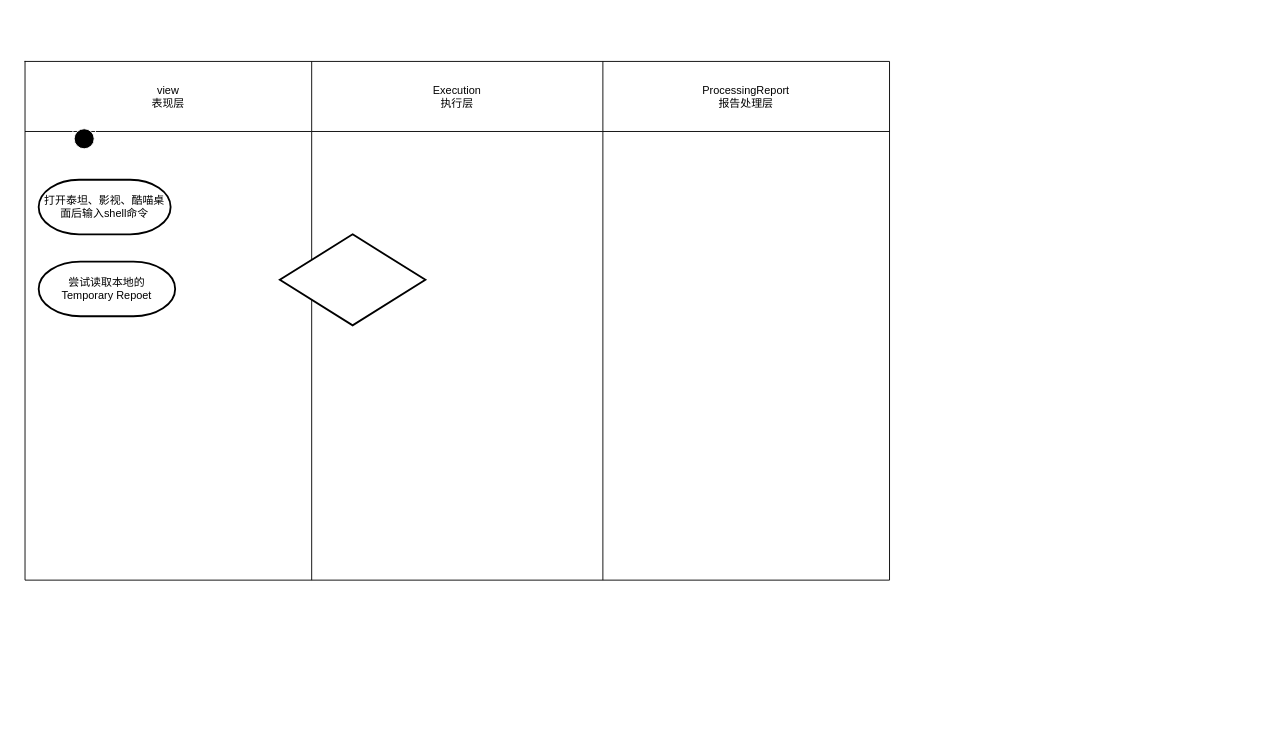
This is 22.drawio from linjianle/Java, a draw.io file, before an edit. Source tidied: cells renumbered, new cells numbered last; positions are measured from the earlier drawing's top-left corner, leaving out a move shared by most shapes. Both pictures are drawn from the tidied source at 91%, with x=0, y=0 at pixel (25, 61).
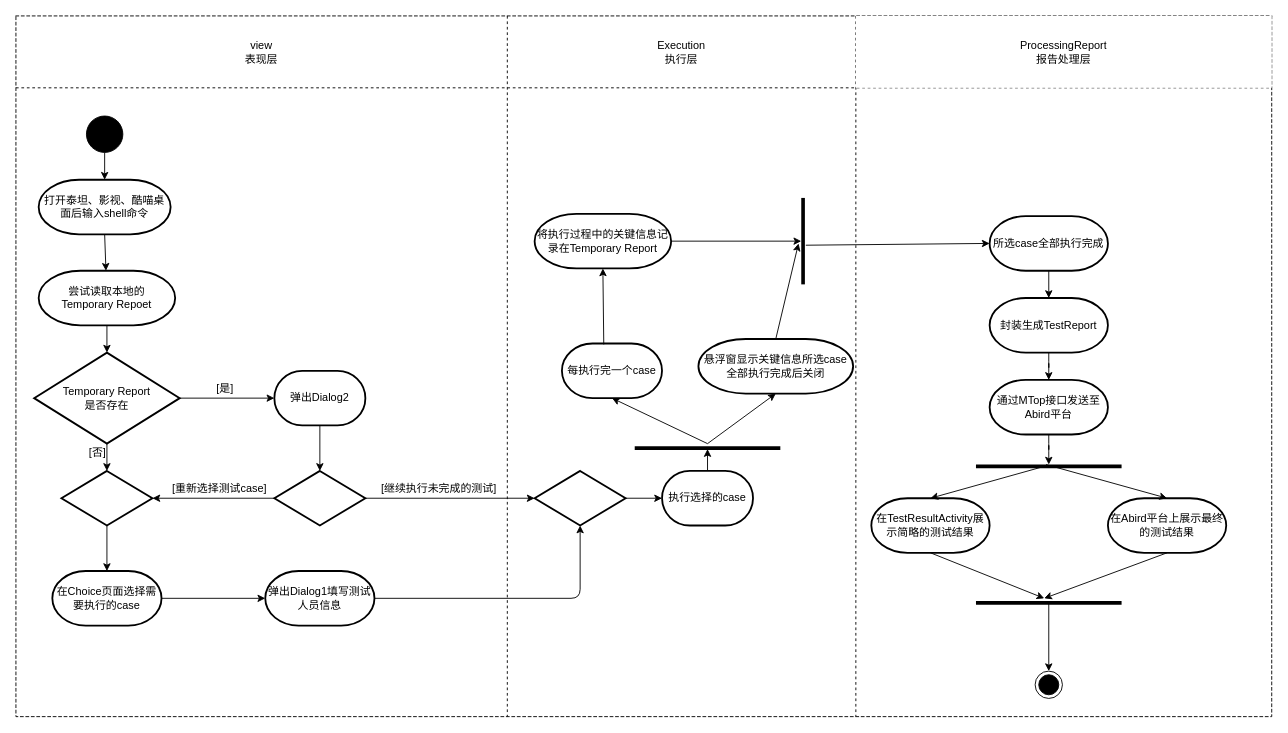
Above is the later version.

The change refers to these unchanged cells:
```xml
<mxCell id="12" value="打开泰坦、影视、酷喵桌面后输入shell命令" style="strokeWidth=2;html=1;shape=mxgraph.flowchart.terminator;whiteSpace=wrap;rounded=0;sketch=0;" parent="1" vertex="1">
  <mxGeometry x="15" y="130" width="145" height="60" as="geometry" />
</mxCell>
```

The edit, as a diff of the source:
```diff
@@
-    <mxCell id="2" style="shape=table;startSize=0;childLayout=tableLayout;rounded=0;sketch=0;" parent="1" vertex="1">
-      <mxGeometry width="950" height="570" as="geometry" />
+    <mxCell id="2" style="shape=table;startSize=0;childLayout=tableLayout;rounded=0;sketch=0;dashed=1;" parent="1" vertex="1">
+      <mxGeometry x="-10" y="-50" width="1380" height="770" as="geometry" />
     </mxCell>
     <mxCell id="3" style="shape=tableRow;horizontal=0;startSize=0;swimlaneHead=0;swimlaneBody=0;top=0;left=0;bottom=0;right=0;fillColor=none;rounded=0;sketch=0;" parent="2" vertex="1">
-      <mxGeometry width="950" height="77" as="geometry" />
+      <mxGeometry width="1380" height="79" as="geometry" />
     </mxCell>
     <mxCell id="4" value="view&lt;br&gt;表现层&lt;br&gt;" style="shape=partialRectangle;html=1;whiteSpace=wrap;overflow=hidden;fillColor=none;top=0;left=0;bottom=0;right=0;rounded=0;sketch=0;" parent="3" vertex="1">
-      <mxGeometry width="315" height="77" as="geometry" />
+      <mxGeometry width="540" height="79" as="geometry" />
     </mxCell>
     <mxCell id="5" value="Execution&lt;br&gt;执行层&lt;br&gt;" style="shape=partialRectangle;html=1;whiteSpace=wrap;overflow=hidden;fillColor=none;top=0;left=0;bottom=0;right=0;rounded=0;sketch=0;" parent="3" vertex="1">
-      <mxGeometry x="315" width="320" height="77" as="geometry" />
+      <mxGeometry x="540" width="383" height="79" as="geometry" />
     </mxCell>
-    <mxCell id="6" value="ProcessingReport&lt;br&gt;报告处理层&lt;br&gt;" style="shape=partialRectangle;html=1;whiteSpace=wrap;overflow=hidden;fillColor=none;top=0;left=0;bottom=0;right=0;rounded=0;sketch=0;" parent="3" vertex="1">
-      <mxGeometry x="635" width="315" height="77" as="geometry" />
+    <mxCell id="6" value="ProcessingReport&lt;br&gt;报告处理层&lt;br&gt;" style="shape=partialRectangle;html=1;whiteSpace=wrap;overflow=hidden;top=0;left=0;bottom=0;right=0;rounded=0;sketch=0;" parent="3" vertex="1">
+      <mxGeometry x="923" width="457" height="79" as="geometry" />
     </mxCell>
     <mxCell id="7" style="shape=tableRow;horizontal=0;startSize=0;swimlaneHead=0;swimlaneBody=0;top=0;left=0;bottom=0;right=0;fillColor=none;rounded=0;sketch=0;" parent="2" vertex="1">
-      <mxGeometry y="77" width="950" height="493" as="geometry" />
+      <mxGeometry y="79" width="1380" height="691" as="geometry" />
     </mxCell>
-    <mxCell id="8" style="shape=partialRectangle;html=1;whiteSpace=wrap;overflow=hidden;fillColor=none;top=0;left=0;bottom=0;right=0;rounded=0;sketch=0;" parent="7" vertex="1">
-      <mxGeometry width="315" height="493" as="geometry" />
+    <mxCell id="8" style="shape=partialRectangle;html=1;whiteSpace=wrap;overflow=hidden;fillColor=none;top=0;left=0;bottom=0;right=0;rounded=0;sketch=0;dashed=1;" parent="7" vertex="1">
+      <mxGeometry width="540" height="691" as="geometry" />
     </mxCell>
-    <mxCell id="9" style="shape=partialRectangle;html=1;whiteSpace=wrap;overflow=hidden;fillColor=none;top=0;left=0;bottom=0;right=0;rounded=0;sketch=0;" parent="7" vertex="1">
-      <mxGeometry x="315" width="320" height="493" as="geometry" />
+    <mxCell id="9" style="shape=partialRectangle;html=1;whiteSpace=wrap;overflow=hidden;fillColor=none;top=0;left=0;bottom=0;right=0;rounded=0;sketch=0;dashed=1;" parent="7" vertex="1">
+      <mxGeometry x="540" width="383" height="691" as="geometry" />
     </mxCell>
-    <mxCell id="10" style="shape=partialRectangle;html=1;whiteSpace=wrap;overflow=hidden;fillColor=none;top=0;left=0;bottom=0;right=0;rounded=0;sketch=0;" parent="7" vertex="1">
-      <mxGeometry x="635" width="315" height="493" as="geometry" />
+    <mxCell id="10" style="shape=partialRectangle;html=1;whiteSpace=wrap;overflow=hidden;fillColor=none;top=0;left=0;bottom=0;right=0;rounded=0;sketch=0;dashed=1;" parent="7" vertex="1">
+      <mxGeometry x="923" width="457" height="691" as="geometry" />
     </mxCell>
-    <mxCell id="11" style="ellipse;html=1;shape=endState;fillColor=#000000;strokeColor=#FFFFFF;rounded=0;sketch=0;" parent="1" vertex="1">
-      <mxGeometry x="50" y="70" width="30" height="30" as="geometry" />
-    </mxCell>
@@
     <mxCell id="13" value="尝试读取本地的&lt;br&gt;Temporary Repoet&lt;br&gt;" style="strokeWidth=2;html=1;shape=mxgraph.flowchart.terminator;whiteSpace=wrap;rounded=0;sketch=0;" parent="1" vertex="1">
-      <mxGeometry x="15" y="220" width="150" height="60" as="geometry" />
+      <mxGeometry x="15" y="230" width="150" height="60" as="geometry" />
     </mxCell>
-    <mxCell id="14" style="strokeWidth=2;html=1;shape=mxgraph.flowchart.decision;whiteSpace=wrap;rounded=0;sketch=0;" parent="1" vertex="1">
-      <mxGeometry x="280" y="190" width="160" height="100" as="geometry" />
+    <mxCell id="14" value="Temporary Report&lt;br&gt;是否存在&lt;br&gt;" style="strokeWidth=2;html=1;shape=mxgraph.flowchart.decision;whiteSpace=wrap;rounded=0;sketch=0;" parent="1" vertex="1">
+      <mxGeometry x="10" y="320" width="160" height="100" as="geometry" />
     </mxCell>
+    <mxCell id="15" value="弹出Dialog2" style="strokeWidth=2;html=1;shape=mxgraph.flowchart.terminator;whiteSpace=wrap;rounded=0;sketch=0;" parent="1" vertex="1">
+      <mxGeometry x="274" y="340" width="100" height="60" as="geometry" />
+    </mxCell>
+    <mxCell id="16" style="strokeWidth=2;html=1;shape=mxgraph.flowchart.decision;whiteSpace=wrap;rounded=0;sketch=0;" parent="1" vertex="1">
+      <mxGeometry x="40" y="450" width="100" height="60" as="geometry" />
+    </mxCell>
+    <mxCell id="17" style="strokeWidth=2;html=1;shape=mxgraph.flowchart.decision;whiteSpace=wrap;rounded=0;sketch=0;" parent="1" vertex="1">
+      <mxGeometry x="274" y="450" width="100" height="60" as="geometry" />
+    </mxCell>
+    <mxCell id="18" style="endArrow=classic;html=1;rounded=1;sketch=0;curved=0;exitX=0.5;exitY=1;exitDx=0;exitDy=0;" parent="1" edge="1" source="66" target="12">
+      <mxGeometry relative="1" as="geometry" />
+    </mxCell>
+    <mxCell id="19" style="endArrow=classic;html=1;rounded=1;sketch=0;curved=0;exitX=0.5;exitY=1;exitDx=0;exitDy=0;exitPerimeter=0;" parent="1" edge="1" source="12" target="13">
+      <mxGeometry relative="1" as="geometry" />
+    </mxCell>
+    <mxCell id="20" style="endArrow=classic;html=1;rounded=1;sketch=0;curved=0;exitX=0.5;exitY=1;exitDx=0;exitDy=0;exitPerimeter=0;entryX=0.5;entryY=0;entryDx=0;entryDy=0;entryPerimeter=0;" parent="1" edge="1" source="13" target="14">
+      <mxGeometry relative="1" as="geometry" />
+    </mxCell>
+    <mxCell id="21" style="endArrow=classic;html=1;rounded=1;sketch=0;curved=0;exitX=1;exitY=0.5;exitDx=0;exitDy=0;exitPerimeter=0;entryX=0;entryY=0.5;entryDx=0;entryDy=0;entryPerimeter=0;" parent="1" edge="1" source="14" target="15">
+      <mxGeometry relative="1" as="geometry" />
+    </mxCell>
+    <mxCell id="22" value="[是]" style="rounded=0;whiteSpace=wrap;html=1;sketch=0;strokeColor=none;fillColor=none;" parent="1" vertex="1">
+      <mxGeometry x="160" y="330" width="120" height="60" as="geometry" />
+    </mxCell>
+    <mxCell id="23" style="endArrow=classic;html=1;rounded=1;sketch=0;fontColor=none;curved=0;exitX=0.5;exitY=1;exitDx=0;exitDy=0;exitPerimeter=0;" parent="1" edge="1" source="14" target="16">
+      <mxGeometry relative="1" as="geometry" />
+    </mxCell>
+    <mxCell id="24" value="[否]" style="rounded=0;whiteSpace=wrap;html=1;sketch=0;strokeColor=none;fillColor=none;" parent="1" vertex="1">
+      <mxGeometry x="20" y="400" width="120" height="60" as="geometry" />
+    </mxCell>
+    <mxCell id="25" style="endArrow=classic;html=1;rounded=1;sketch=0;fontColor=none;curved=0;exitX=0.5;exitY=1;exitDx=0;exitDy=0;exitPerimeter=0;entryX=0.5;entryY=0;entryDx=0;entryDy=0;entryPerimeter=0;" parent="1" edge="1" source="15" target="17">
+      <mxGeometry relative="1" as="geometry" />
+    </mxCell>
+    <mxCell id="26" style="endArrow=classic;html=1;rounded=1;sketch=0;fontColor=none;curved=0;exitX=0;exitY=0.5;exitDx=0;exitDy=0;exitPerimeter=0;" parent="1" edge="1" source="17" target="16">
+      <mxGeometry relative="1" as="geometry" />
+    </mxCell>
+    <mxCell id="27" value="[重新选择测试case]" style="rounded=0;whiteSpace=wrap;html=1;sketch=0;strokeColor=none;fillColor=none;" parent="1" vertex="1">
+      <mxGeometry x="154" y="440" width="120" height="60" as="geometry" />
+    </mxCell>
+    <mxCell id="28" value="在Choice页面选择需要执行的case&lt;br&gt;" style="strokeWidth=2;html=1;shape=mxgraph.flowchart.terminator;whiteSpace=wrap;rounded=0;sketch=0;" parent="1" vertex="1">
+      <mxGeometry x="30" y="560" width="120" height="60" as="geometry" />
+    </mxCell>
+    <mxCell id="29" style="endArrow=classic;html=1;rounded=1;sketch=0;fontColor=none;curved=0;exitX=0.5;exitY=1;exitDx=0;exitDy=0;exitPerimeter=0;entryX=0.5;entryY=0;entryDx=0;entryDy=0;entryPerimeter=0;" parent="1" edge="1" source="16" target="28">
+      <mxGeometry relative="1" as="geometry" />
+    </mxCell>
+    <mxCell id="30" value="弹出Dialog1填写测试人员信息&lt;br&gt;" style="strokeWidth=2;html=1;shape=mxgraph.flowchart.terminator;whiteSpace=wrap;rounded=0;sketch=0;" parent="1" vertex="1">
+      <mxGeometry x="264" y="560" width="120" height="60" as="geometry" />
+    </mxCell>
+    <mxCell id="31" style="endArrow=classic;html=1;rounded=1;sketch=0;fontColor=none;curved=0;exitX=1;exitY=0.5;exitDx=0;exitDy=0;exitPerimeter=0;" parent="1" edge="1" source="28" target="30">
+      <mxGeometry relative="1" as="geometry" />
+    </mxCell>
+    <mxCell id="32" style="strokeWidth=2;html=1;shape=mxgraph.flowchart.decision;whiteSpace=wrap;rounded=0;sketch=0;" parent="1" vertex="1">
+      <mxGeometry x="560" y="450" width="100" height="60" as="geometry" />
+    </mxCell>
+    <mxCell id="33" style="endArrow=classic;html=1;rounded=1;sketch=0;fontColor=none;curved=0;exitX=1;exitY=0.5;exitDx=0;exitDy=0;exitPerimeter=0;entryX=0;entryY=0.5;entryDx=0;entryDy=0;entryPerimeter=0;" parent="1" edge="1" source="17" target="32">
+      <mxGeometry relative="1" as="geometry" />
+    </mxCell>
+    <mxCell id="34" value="[继续执行未完成的测试]" style="rounded=0;whiteSpace=wrap;html=1;sketch=0;strokeColor=none;fillColor=none;" parent="1" vertex="1">
+      <mxGeometry x="390" y="440" width="130" height="60" as="geometry" />
+    </mxCell>
+    <mxCell id="35" style="endArrow=classic;html=1;rounded=1;sketch=0;fontColor=none;curved=0;exitX=1;exitY=0.5;exitDx=0;exitDy=0;exitPerimeter=0;entryX=0.5;entryY=1;entryDx=0;entryDy=0;entryPerimeter=0;" parent="1" edge="1" source="30" target="32">
+      <mxGeometry relative="1" as="geometry">
+        <Array as="points">
+          <mxPoint x="610" y="590" />
+        </Array>
+      </mxGeometry>
+    </mxCell>
+    <mxCell id="36" style="endArrow=classic;html=1;rounded=1;sketch=0;fontColor=none;curved=0;exitX=1;exitY=0.5;exitDx=0;exitDy=0;exitPerimeter=0;entryX=0;entryY=0.5;entryDx=0;entryDy=0;entryPerimeter=0;" parent="1" edge="1" source="32" target="37">
+      <mxGeometry relative="1" as="geometry" />
+    </mxCell>
+    <mxCell id="37" value="执行选择的case" style="strokeWidth=2;html=1;shape=mxgraph.flowchart.terminator;whiteSpace=wrap;rounded=0;sketch=0;" parent="1" vertex="1">
+      <mxGeometry x="700" y="450" width="100" height="60" as="geometry" />
+    </mxCell>
+    <mxCell id="38" style="line;strokeWidth=4;html=1;perimeter=backbonePerimeter;points=[];outlineConnect=0;rounded=0;sketch=0;fontColor=none;fillColor=none;" parent="1" vertex="1">
+      <mxGeometry x="670" y="420" width="160" height="10" as="geometry" />
+    </mxCell>
+    <mxCell id="39" style="endArrow=classic;html=1;rounded=1;sketch=0;fontColor=none;strokeColor=#000000;curved=0;exitX=0.5;exitY=0;exitDx=0;exitDy=0;exitPerimeter=0;" parent="1" edge="1" source="37" target="38">
+      <mxGeometry relative="1" as="geometry" />
+    </mxCell>
+    <mxCell id="40" value="将执行过程中的关键信息记录在Temporary Report" style="strokeWidth=2;html=1;shape=mxgraph.flowchart.terminator;whiteSpace=wrap;rounded=0;sketch=0;" parent="1" vertex="1">
+      <mxGeometry x="560" y="167.5" width="150" height="60" as="geometry" />
+    </mxCell>
+    <mxCell id="41" value="悬浮窗显示关键信息所选case全部执行完成后关闭" style="strokeWidth=2;html=1;shape=mxgraph.flowchart.terminator;whiteSpace=wrap;rounded=0;sketch=0;" parent="1" vertex="1">
+      <mxGeometry x="740" y="305" width="170" height="60" as="geometry" />
+    </mxCell>
+    <mxCell id="42" value="每执行完一个case" style="strokeWidth=2;html=1;shape=mxgraph.flowchart.terminator;whiteSpace=wrap;rounded=0;sketch=0;" parent="1" vertex="1">
+      <mxGeometry x="590" y="310" width="110" height="60" as="geometry" />
+    </mxCell>
+    <mxCell id="43" style="endArrow=classic;html=1;rounded=1;sketch=0;fontColor=none;strokeColor=#000000;curved=0;entryX=0.5;entryY=1;entryDx=0;entryDy=0;entryPerimeter=0;" parent="1" edge="1" target="41">
+      <mxGeometry relative="1" as="geometry">
+        <mxPoint x="750" y="420" as="sourcePoint" />
+      </mxGeometry>
+    </mxCell>
+    <mxCell id="44" style="endArrow=classic;html=1;rounded=1;sketch=0;fontColor=none;strokeColor=#000000;curved=0;exitX=0.5;exitY=0;exitDx=0;exitDy=0;exitPerimeter=0;entryX=0.5;entryY=1;entryDx=0;entryDy=0;entryPerimeter=0;" parent="1" edge="1" source="38" target="42">
+      <mxGeometry relative="1" as="geometry" />
+    </mxCell>
+    <mxCell id="45" style="endArrow=classic;html=1;rounded=1;sketch=0;fontColor=none;strokeColor=#000000;curved=0;exitX=0.418;exitY=0.017;exitDx=0;exitDy=0;exitPerimeter=0;entryX=0.5;entryY=1;entryDx=0;entryDy=0;entryPerimeter=0;" parent="1" edge="1" source="42" target="40">
+      <mxGeometry relative="1" as="geometry" />
+    </mxCell>
+    <mxCell id="46" style="line;strokeWidth=4;html=1;perimeter=backbonePerimeter;points=[];outlineConnect=0;rounded=0;sketch=0;fontColor=none;fillColor=none;direction=south;" parent="1" vertex="1">
+      <mxGeometry x="850" y="150" width="10" height="95" as="geometry" />
+    </mxCell>
+    <mxCell id="47" style="endArrow=classic;html=1;rounded=1;sketch=0;fontColor=none;strokeColor=#000000;curved=0;exitX=1;exitY=0.5;exitDx=0;exitDy=0;exitPerimeter=0;" parent="1" edge="1" source="40" target="46">
+      <mxGeometry relative="1" as="geometry" />
+    </mxCell>
+    <mxCell id="48" style="endArrow=classic;html=1;rounded=1;sketch=0;fontColor=none;strokeColor=#000000;curved=0;exitX=0.5;exitY=0;exitDx=0;exitDy=0;exitPerimeter=0;" parent="1" edge="1" source="41">
+      <mxGeometry relative="1" as="geometry">
+        <mxPoint x="850" y="200" as="targetPoint" />
+      </mxGeometry>
+    </mxCell>
+    <mxCell id="49" value="所选case全部执行完成" style="strokeWidth=2;html=1;shape=mxgraph.flowchart.terminator;whiteSpace=wrap;rounded=0;sketch=0;" parent="1" vertex="1">
+      <mxGeometry x="1060" y="170" width="130" height="60" as="geometry" />
+    </mxCell>
+    <mxCell id="50" value="通过MTop接口发送至Abird平台" style="strokeWidth=2;html=1;shape=mxgraph.flowchart.terminator;whiteSpace=wrap;rounded=0;sketch=0;" parent="1" vertex="1">
+      <mxGeometry x="1060" y="350" width="130" height="60" as="geometry" />
+    </mxCell>
+    <mxCell id="51" style="edgeStyle=orthogonalEdgeStyle;curved=0;rounded=1;sketch=0;jettySize=auto;html=1;fontColor=none;strokeColor=#000000;" parent="1" edge="1" source="52" target="50">
+      <mxGeometry relative="1" as="geometry" />
+    </mxCell>
+    <mxCell id="52" value="封装生成TestReport" style="strokeWidth=2;html=1;shape=mxgraph.flowchart.terminator;whiteSpace=wrap;rounded=0;sketch=0;" parent="1" vertex="1">
+      <mxGeometry x="1060" y="260" width="130" height="60" as="geometry" />
+    </mxCell>
+    <mxCell id="53" style="line;strokeWidth=4;html=1;perimeter=backbonePerimeter;points=[];outlineConnect=0;rounded=0;sketch=0;fontColor=none;fillColor=none;" parent="1" vertex="1">
+      <mxGeometry x="1045" y="440" width="160" height="10" as="geometry" />
+    </mxCell>
+    <mxCell id="54" style="line;strokeWidth=4;html=1;perimeter=backbonePerimeter;points=[];outlineConnect=0;rounded=0;sketch=0;fontColor=none;fillColor=none;" parent="1" vertex="1">
+      <mxGeometry x="1045" y="590" width="160" height="10" as="geometry" />
+    </mxCell>
+    <mxCell id="55" value="在TestResultActivity展示简略的测试结果" style="strokeWidth=2;html=1;shape=mxgraph.flowchart.terminator;whiteSpace=wrap;rounded=0;sketch=0;" parent="1" vertex="1">
+      <mxGeometry x="930" y="480" width="130" height="60" as="geometry" />
+    </mxCell>
+    <mxCell id="56" value="在Abird平台上展示最终的测试结果" style="strokeWidth=2;html=1;shape=mxgraph.flowchart.terminator;whiteSpace=wrap;rounded=0;sketch=0;" parent="1" vertex="1">
+      <mxGeometry x="1190" y="480" width="130" height="60" as="geometry" />
+    </mxCell>
+    <mxCell id="57" style="endArrow=classic;html=1;rounded=1;sketch=0;fontColor=none;strokeColor=#000000;curved=0;exitX=0.547;exitY=0.2;exitDx=0;exitDy=0;exitPerimeter=0;entryX=0;entryY=0.5;entryDx=0;entryDy=0;entryPerimeter=0;" parent="1" edge="1" source="46" target="49">
+      <mxGeometry relative="1" as="geometry" />
+    </mxCell>
+    <mxCell id="58" style="endArrow=classic;html=1;rounded=1;sketch=0;fontColor=none;strokeColor=#000000;curved=0;exitX=0.5;exitY=1;exitDx=0;exitDy=0;exitPerimeter=0;entryX=0.5;entryY=0;entryDx=0;entryDy=0;entryPerimeter=0;" parent="1" edge="1" source="49" target="52">
+      <mxGeometry relative="1" as="geometry" />
+    </mxCell>
+    <mxCell id="59" style="edgeStyle=orthogonalEdgeStyle;curved=0;rounded=1;sketch=0;jettySize=auto;html=1;fontColor=none;strokeColor=#000000;exitX=0.5;exitY=1;exitDx=0;exitDy=0;exitPerimeter=0;" parent="1" edge="1" source="50" target="53">
+      <mxGeometry relative="1" as="geometry" />
+    </mxCell>
+    <mxCell id="60" style="endArrow=classic;html=1;rounded=1;sketch=0;fontColor=none;strokeColor=#000000;curved=0;entryX=0.5;entryY=0;entryDx=0;entryDy=0;entryPerimeter=0;exitX=0.469;exitY=0.5;exitDx=0;exitDy=0;exitPerimeter=0;" parent="1" edge="1" source="53" target="55">
+      <mxGeometry relative="1" as="geometry" />
+    </mxCell>
+    <mxCell id="61" style="endArrow=classic;html=1;rounded=1;sketch=0;fontColor=none;strokeColor=#000000;curved=0;entryX=0.5;entryY=0;entryDx=0;entryDy=0;entryPerimeter=0;exitX=0.481;exitY=0.3;exitDx=0;exitDy=0;exitPerimeter=0;" parent="1" edge="1" source="53" target="56">
+      <mxGeometry relative="1" as="geometry" />
+    </mxCell>
+    <mxCell id="62" style="endArrow=classic;html=1;rounded=1;sketch=0;fontColor=none;strokeColor=#000000;curved=0;exitX=0.5;exitY=1;exitDx=0;exitDy=0;exitPerimeter=0;" parent="1" edge="1" source="55">
+      <mxGeometry relative="1" as="geometry">
+        <mxPoint x="1120" y="590" as="targetPoint" />
+      </mxGeometry>
+    </mxCell>
+    <mxCell id="63" style="endArrow=classic;html=1;rounded=1;sketch=0;fontColor=none;strokeColor=#000000;curved=0;exitX=0.5;exitY=1;exitDx=0;exitDy=0;exitPerimeter=0;" parent="1" edge="1" source="56">
+      <mxGeometry relative="1" as="geometry">
+        <mxPoint x="1120" y="590" as="targetPoint" />
+      </mxGeometry>
+    </mxCell>
+    <mxCell id="64" style="endArrow=classic;html=1;rounded=1;sketch=0;fontColor=none;strokeColor=#000000;curved=0;" parent="1" edge="1" source="54" target="65">
+      <mxGeometry relative="1" as="geometry" />
+    </mxCell>
+    <mxCell id="65" style="ellipse;html=1;shape=endState;fillColor=#000000;strokeColor=#000000;rounded=0;sketch=0;fontColor=none;" parent="1" vertex="1">
+      <mxGeometry x="1110" y="670" width="30" height="30" as="geometry" />
+    </mxCell>
+    <mxCell id="66" style="ellipse;whiteSpace=wrap;html=1;rounded=0;sketch=0;fontColor=none;strokeColor=#000000;fillColor=#000000;" parent="1" vertex="1">
+      <mxGeometry x="67.5" y="60" width="40" height="40" as="geometry" />
+    </mxCell>
```
